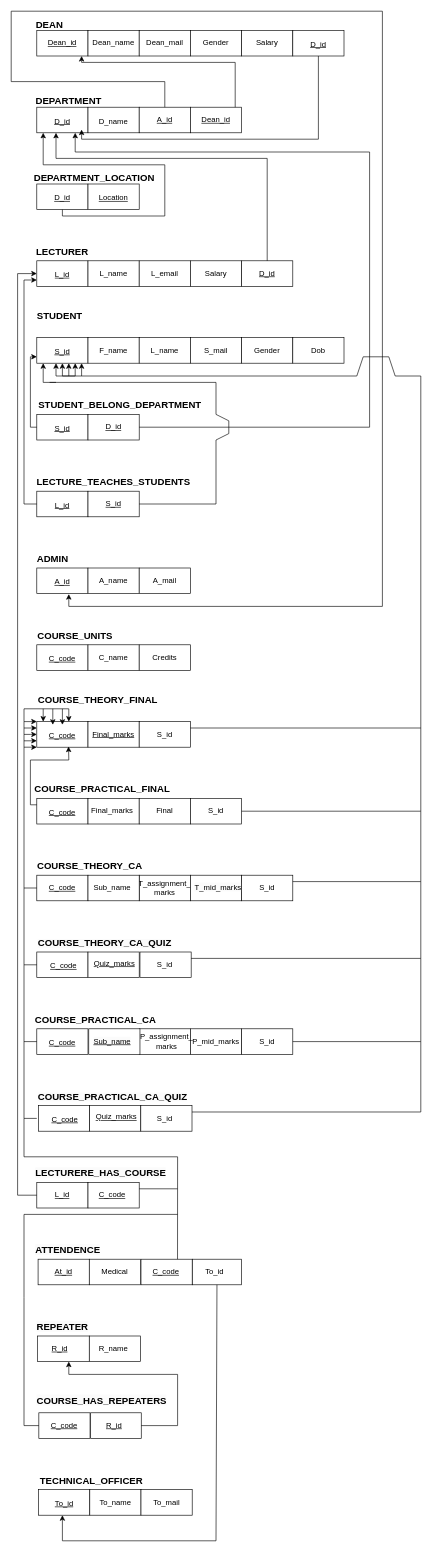
Earlier version of the draw.io diagram Relational diagram/relationald.drawio (SamindikaLakshan/Database-mini-project). Source tidied: cells renumbered, new cells numbered last; positions are measured from the earlier drawing's top-left corner, leaving out a move shared by most shapes. Both pictures are drawn from the tidied source at 64%, with x=0, y=0 at pixel (11, 11).
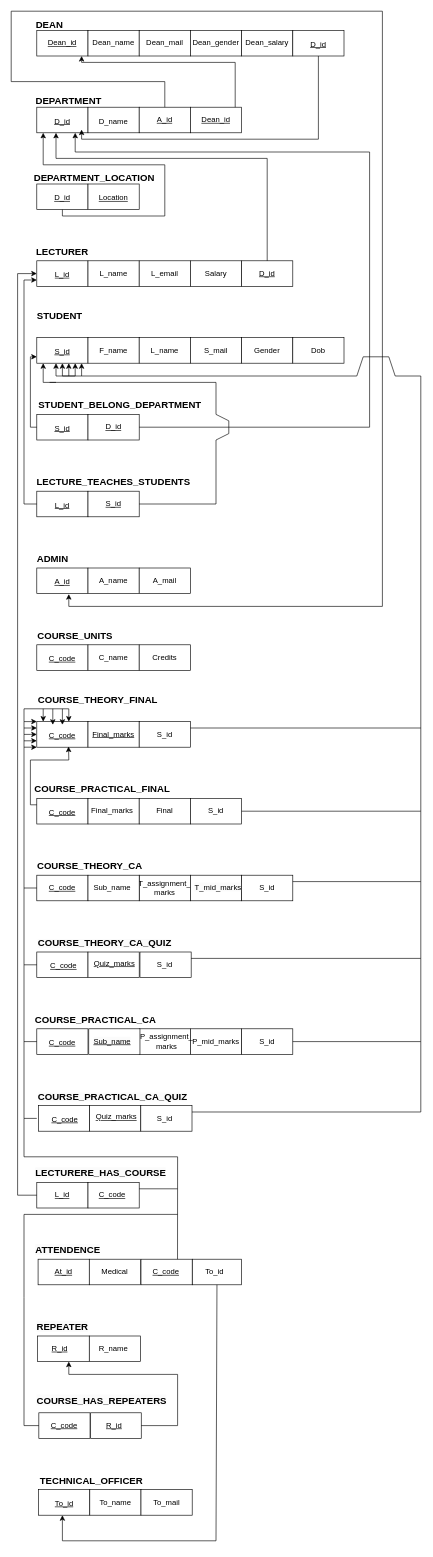
After the change.

The edit, as a diff of the source:
```diff
@@
-    <mxCell id="10" value="Gender" style="text;html=1;strokeColor=none;fillColor=none;align=center;verticalAlign=middle;whiteSpace=wrap;rounded=0;" parent="1" vertex="1">
+    <mxCell id="10" value="Dean_gender" style="text;html=1;strokeColor=none;fillColor=none;align=center;verticalAlign=middle;whiteSpace=wrap;rounded=0;" parent="1" vertex="1">
       <mxGeometry x="290" y="35" width="60" height="30" as="geometry" />
     </mxCell>
-    <mxCell id="11" value="Salary" style="text;html=1;strokeColor=none;fillColor=none;align=center;verticalAlign=middle;whiteSpace=wrap;rounded=0;" parent="1" vertex="1">
+    <mxCell id="11" value="Dean_salary" style="text;html=1;strokeColor=none;fillColor=none;align=center;verticalAlign=middle;whiteSpace=wrap;rounded=0;" parent="1" vertex="1">
       <mxGeometry x="370" y="35" width="60" height="30" as="geometry" />
     </mxCell>
```
